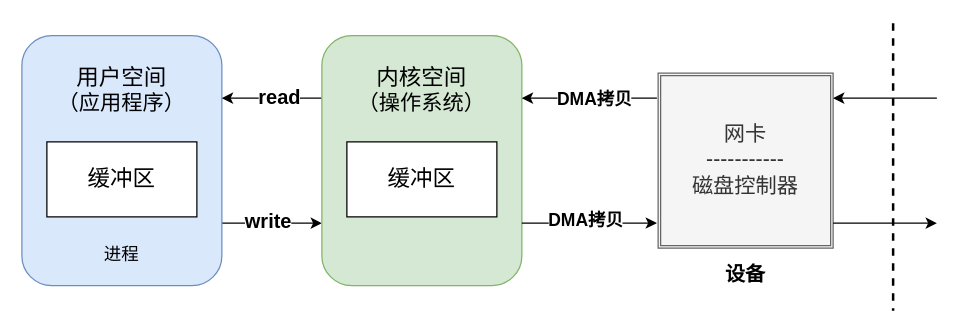
Above: IO1.drawio in lttUSTC/draw (draw.io), before the change. Source tidied: cells renumbered, new cells numbered last; positions are measured from the earlier drawing's top-left corner, leaving out a move shared by most shapes. Both pictures are drawn from the tidied source at 125%, with x=0, y=0 at pixel (21, 22).
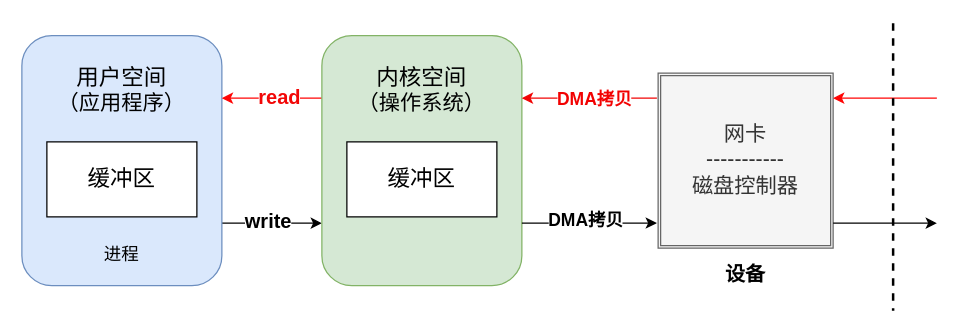
The same diagram, later.

The change refers to these unchanged cells:
```xml
<mxCell id="4" style="rounded=1;whiteSpace=wrap;html=1;fillColor=#dae8fc;strokeColor=#6c8ebf;" parent="1" vertex="1">
  <mxGeometry y="10" width="160" height="200" as="geometry" />
</mxCell>
<mxCell id="10" style="rounded=1;whiteSpace=wrap;html=1;fillColor=#d5e8d4;strokeColor=#82b366;" parent="1" vertex="1">
  <mxGeometry x="240" y="10" width="160" height="200" as="geometry" />
</mxCell>
<mxCell id="13" value="&lt;font style=&quot;font-size: 17px;&quot;&gt;网卡&lt;/font&gt;&lt;div style=&quot;font-size: 17px;&quot;&gt;&lt;span style=&quot;background-color: initial;&quot;&gt;&lt;font style=&quot;font-size: 17px;&quot;&gt;-----------&lt;/font&gt;&lt;/span&gt;&lt;/div&gt;&lt;div style=&quot;font-size: 17px;&quot;&gt;&lt;span style=&quot;background-color: initial;&quot;&gt;&lt;font style=&quot;font-size: 17px;&quot;&gt;磁盘控制器&lt;/font&gt;&lt;/span&gt;&lt;/div&gt;" style="shape=ext;double=1;whiteSpace=wrap;html=1;fillColor=#f5f5f5;fontColor=#333333;strokeColor=#666666;" parent="1" vertex="1">
  <mxGeometry x="509" y="40" width="140" height="140" as="geometry" />
</mxCell>
```

Diff of the diagram source:
```diff
@@
-    <mxCell id="8" style="edgeStyle=orthogonalEdgeStyle;rounded=0;jettySize=auto;html=1;exitX=0;exitY=0.25;exitDx=0;exitDy=0;entryX=1;entryY=0.25;entryDx=0;entryDy=0;" parent="1" edge="1" source="10" target="4">
+    <mxCell id="8" style="edgeStyle=orthogonalEdgeStyle;rounded=0;jettySize=auto;html=1;exitX=0;exitY=0.25;exitDx=0;exitDy=0;entryX=1;entryY=0.25;entryDx=0;entryDy=0;strokeColor=#ff0505;" parent="1" edge="1" source="10" target="4">
       <mxGeometry relative="1" as="geometry" />
     </mxCell>
-    <mxCell id="9" value="&lt;font style=&quot;font-size: 16px;&quot;&gt;&lt;b&gt;read&lt;/b&gt;&lt;/font&gt;" style="edgeLabel;html=1;align=center;verticalAlign=middle;" parent="8" vertex="1">
+    <mxCell id="9" value="&lt;font style=&quot;font-size: 16px;&quot;&gt;&lt;b&gt;read&lt;/b&gt;&lt;/font&gt;" style="edgeLabel;html=1;align=center;verticalAlign=middle;fontColor=#f20707;" parent="8" vertex="1">
       <mxGeometry x="-0.12" y="-1" relative="1" as="geometry" />
     </mxCell>
@@
-    <mxCell id="14" style="edgeStyle=orthogonalEdgeStyle;rounded=0;jettySize=auto;html=1;exitX=-0.007;exitY=0.143;exitDx=0;exitDy=0;entryX=1;entryY=0.25;entryDx=0;entryDy=0;exitPerimeter=0;" parent="1" edge="1" source="13" target="10">
+    <mxCell id="14" style="edgeStyle=orthogonalEdgeStyle;rounded=0;jettySize=auto;html=1;exitX=-0.007;exitY=0.143;exitDx=0;exitDy=0;entryX=1;entryY=0.25;entryDx=0;entryDy=0;exitPerimeter=0;strokeColor=#f10404;" parent="1" edge="1" source="13" target="10">
       <mxGeometry relative="1" as="geometry" />
     </mxCell>
-    <mxCell id="15" value="&lt;font style=&quot;font-size: 14px;&quot;&gt;&lt;b&gt;DMA拷贝&lt;/b&gt;&lt;/font&gt;" style="edgeLabel;html=1;align=center;verticalAlign=middle;" parent="14" vertex="1">
+    <mxCell id="15" value="&lt;font style=&quot;font-size: 14px;&quot;&gt;&lt;b&gt;DMA拷贝&lt;/b&gt;&lt;/font&gt;" style="edgeLabel;html=1;align=center;verticalAlign=middle;fontColor=#f20202;" parent="14" vertex="1">
       <mxGeometry x="-0.06" relative="1" as="geometry" />
     </mxCell>
@@
-    <mxCell id="18" style="edgeStyle=orthogonalEdgeStyle;rounded=0;orthogonalLoop=1;jettySize=auto;html=1;entryX=1;entryY=0.25;entryDx=0;entryDy=0;" parent="1" edge="1">
+    <mxCell id="18" style="edgeStyle=orthogonalEdgeStyle;rounded=0;orthogonalLoop=1;jettySize=auto;html=1;entryX=1;entryY=0.25;entryDx=0;entryDy=0;strokeColor=#ff0505;" parent="1" edge="1">
       <mxGeometry relative="1" as="geometry">
         <mxPoint x="732" y="60" as="sourcePoint" />
         <mxPoint x="649" y="60" as="targetPoint" />
       </mxGeometry>
     </mxCell>
```
